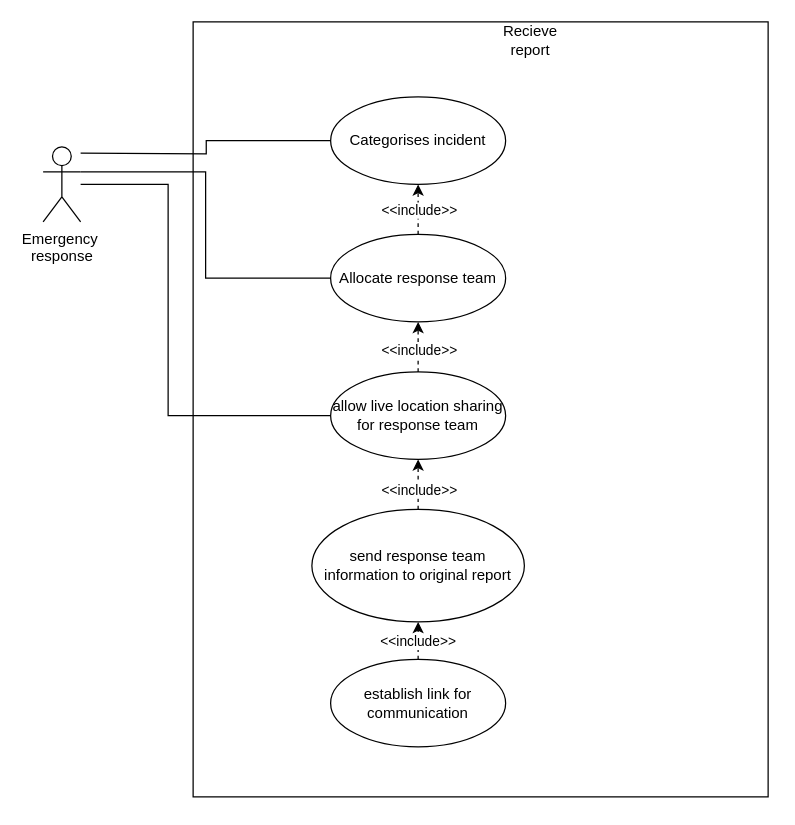
Kari19/D1 keeps this draw.io diagram as receiveReport.drawio. Above is the earlier version. Source tidied: cells renumbered, new cells numbered last; positions are measured from the earlier drawing's top-left corner, leaving out a move shared by most shapes. Both pictures are drawn from the tidied source at 125%, with x=0, y=0 at pixel (42, 21).
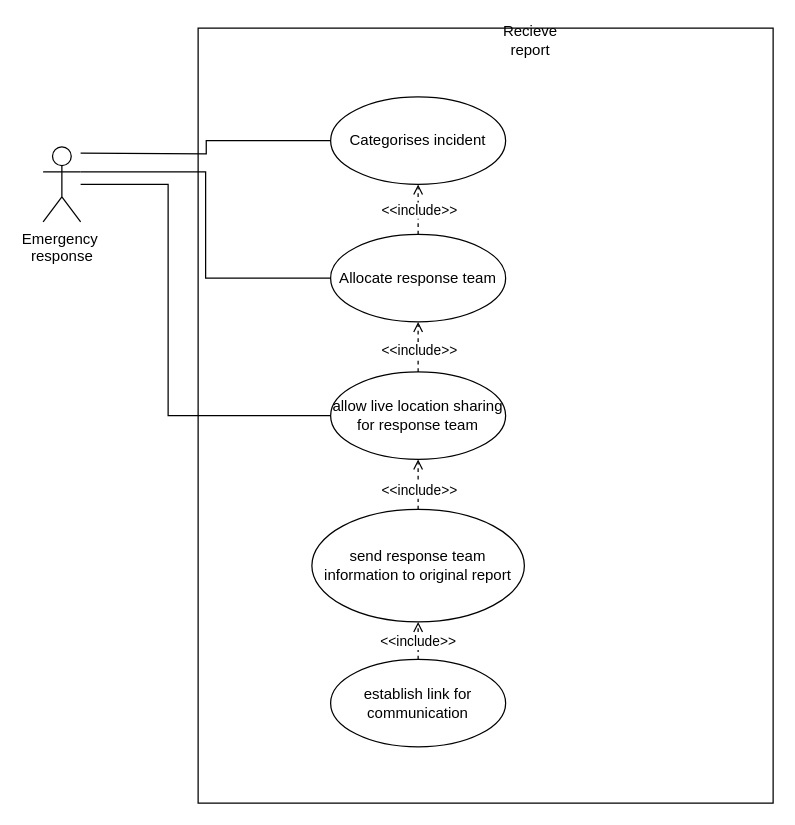
Above is the later version.

The change refers to these unchanged cells:
```xml
<mxCell id="8" value="Categorises incident" style="ellipse;whiteSpace=wrap;html=1;" parent="1" vertex="1">
  <mxGeometry x="230" y="60" width="140" height="70" as="geometry" />
</mxCell>
<mxCell id="11" value="Allocate response team" style="ellipse;whiteSpace=wrap;html=1;" parent="1" vertex="1">
  <mxGeometry x="230" y="170" width="140" height="70" as="geometry" />
</mxCell>
<mxCell id="14" value="allow live location sharing for response team" style="ellipse;whiteSpace=wrap;html=1;" parent="1" vertex="1">
  <mxGeometry x="230" y="280" width="140" height="70" as="geometry" />
</mxCell>
<mxCell id="17" value="send response team information to original report" style="ellipse;whiteSpace=wrap;html=1;" parent="1" vertex="1">
  <mxGeometry x="215" y="390" width="170" height="90" as="geometry" />
</mxCell>
<mxCell id="20" value="establish link for communication" style="ellipse;whiteSpace=wrap;html=1;" parent="1" vertex="1">
  <mxGeometry x="230" y="510" width="140" height="70" as="geometry" />
</mxCell>
```

The edit, as a diff of the source:
```diff
@@
     <mxCell id="2" style="rounded=0;whiteSpace=wrap;html=1;" parent="1" vertex="1">
-      <mxGeometry x="120" width="460" height="620" as="geometry" />
+      <mxGeometry x="124" y="5" width="460" height="620" as="geometry" />
     </mxCell>
@@
-    <mxCell id="9" style="edgeStyle=orthogonalEdgeStyle;rounded=0;jettySize=auto;html=1;dashed=1;" parent="1" edge="1" source="11" target="8">
+    <mxCell id="9" style="edgeStyle=orthogonalEdgeStyle;rounded=0;jettySize=auto;html=1;dashed=1;endArrow=open;endFill=0;" parent="1" edge="1" source="11" target="8">
       <mxGeometry relative="1" as="geometry" />
     </mxCell>
@@
-    <mxCell id="12" style="edgeStyle=orthogonalEdgeStyle;rounded=0;jettySize=auto;html=1;dashed=1;" parent="1" edge="1" source="14" target="11">
+    <mxCell id="12" style="edgeStyle=orthogonalEdgeStyle;rounded=0;jettySize=auto;html=1;dashed=1;endArrow=open;endFill=0;" parent="1" edge="1" source="14" target="11">
       <mxGeometry relative="1" as="geometry" />
     </mxCell>
@@
-    <mxCell id="15" style="edgeStyle=orthogonalEdgeStyle;rounded=0;jettySize=auto;html=1;dashed=1;" parent="1" edge="1" source="17" target="14">
+    <mxCell id="15" style="edgeStyle=orthogonalEdgeStyle;rounded=0;jettySize=auto;html=1;dashed=1;endArrow=open;endFill=0;" parent="1" edge="1" source="17" target="14">
       <mxGeometry relative="1" as="geometry" />
     </mxCell>
@@
-    <mxCell id="18" style="edgeStyle=orthogonalEdgeStyle;rounded=0;jettySize=auto;html=1;dashed=1;" parent="1" edge="1" source="20" target="17">
+    <mxCell id="18" style="edgeStyle=orthogonalEdgeStyle;rounded=0;jettySize=auto;html=1;dashed=1;endArrow=open;endFill=0;" parent="1" edge="1" source="20" target="17">
       <mxGeometry relative="1" as="geometry" />
     </mxCell>
```
